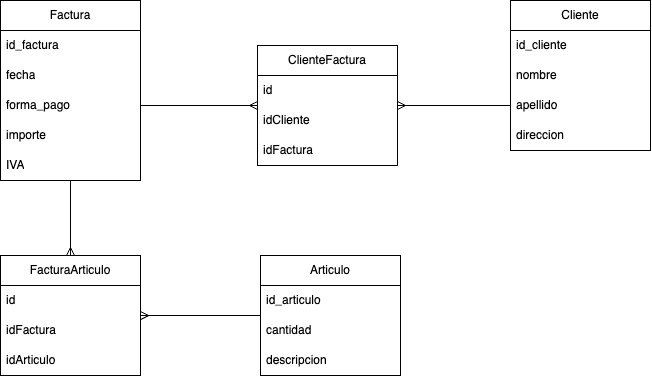
The draw.io diagram 6. Bases de datos/07-sistemaFacturacion.png in arijalkemy/java-w26, before a commit. Source tidied: cells renumbered, new cells last; positions are measured from the earlier drawing's top-left corner, leaving out a move shared by most shapes. Its diagram source:
```xml
<mxGraphModel>
  <root>
    <mxCell id="0" />
    <mxCell id="1" parent="0" />
    <mxCell id="2" value="Cliente" style="swimlane;fontStyle=0;horizontal=1;startSize=30;whiteSpace=wrap;html=1;" parent="1" vertex="1">
      <mxGeometry x="510" width="140" height="150" as="geometry" />
    </mxCell>
    <mxCell id="3" value="id_cliente" style="text;strokeColor=none;fillColor=none;align=left;verticalAlign=middle;spacingLeft=4;spacingRight=4;overflow=hidden;whiteSpace=wrap;html=1;" parent="2" vertex="1">
      <mxGeometry y="30" width="140" height="30" as="geometry" />
    </mxCell>
    <mxCell id="4" value="nombre" style="text;strokeColor=none;fillColor=none;align=left;verticalAlign=middle;spacingLeft=4;spacingRight=4;overflow=hidden;whiteSpace=wrap;html=1;" parent="2" vertex="1">
      <mxGeometry y="60" width="140" height="30" as="geometry" />
    </mxCell>
    <mxCell id="5" value="apellido" style="text;strokeColor=none;fillColor=none;align=left;verticalAlign=middle;spacingLeft=4;spacingRight=4;overflow=hidden;points=[[0,0.5],[1,0.5]];portConstraint=eastwest;whiteSpace=wrap;html=1;" parent="2" vertex="1">
      <mxGeometry y="90" width="140" height="30" as="geometry" />
    </mxCell>
    <mxCell id="6" value="direccion" style="text;strokeColor=none;fillColor=none;align=left;verticalAlign=middle;spacingLeft=4;spacingRight=4;overflow=hidden;whiteSpace=wrap;html=1;" parent="2" vertex="1">
      <mxGeometry y="120" width="140" height="30" as="geometry" />
    </mxCell>
    <mxCell id="7" value="Factura" style="swimlane;fontStyle=0;horizontal=1;startSize=30;whiteSpace=wrap;html=1;" parent="1" vertex="1">
      <mxGeometry width="140" height="180" as="geometry" />
    </mxCell>
    <mxCell id="8" value="id_factura" style="text;strokeColor=none;fillColor=none;align=left;verticalAlign=middle;spacingLeft=4;spacingRight=4;overflow=hidden;whiteSpace=wrap;html=1;" parent="7" vertex="1">
      <mxGeometry y="30" width="140" height="30" as="geometry" />
    </mxCell>
    <mxCell id="9" value="fecha" style="text;strokeColor=none;fillColor=none;align=left;verticalAlign=middle;spacingLeft=4;spacingRight=4;overflow=hidden;whiteSpace=wrap;html=1;" parent="7" vertex="1">
      <mxGeometry y="60" width="140" height="30" as="geometry" />
    </mxCell>
    <mxCell id="10" value="forma_pago" style="text;strokeColor=none;fillColor=none;align=left;verticalAlign=middle;spacingLeft=4;spacingRight=4;overflow=hidden;points=[[0,0.5],[1,0.5]];portConstraint=eastwest;whiteSpace=wrap;html=1;" parent="7" vertex="1">
      <mxGeometry y="90" width="140" height="30" as="geometry" />
    </mxCell>
    <mxCell id="11" value="importe" style="text;strokeColor=none;fillColor=none;align=left;verticalAlign=middle;spacingLeft=4;spacingRight=4;overflow=hidden;whiteSpace=wrap;html=1;" parent="7" vertex="1">
      <mxGeometry y="120" width="140" height="30" as="geometry" />
    </mxCell>
    <mxCell id="12" value="IVA" style="text;strokeColor=none;fillColor=none;align=left;verticalAlign=middle;spacingLeft=4;spacingRight=4;overflow=hidden;whiteSpace=wrap;html=1;" parent="7" vertex="1">
      <mxGeometry y="150" width="140" height="30" as="geometry" />
    </mxCell>
    <mxCell id="13" value="Articulo" style="swimlane;fontStyle=0;horizontal=1;startSize=30;whiteSpace=wrap;html=1;" parent="1" vertex="1">
      <mxGeometry x="260" y="255" width="140" height="120" as="geometry" />
    </mxCell>
    <mxCell id="14" value="id_articulo" style="text;strokeColor=none;fillColor=none;align=left;verticalAlign=middle;spacingLeft=4;spacingRight=4;overflow=hidden;points=[[0,0.5],[1,0.5]];portConstraint=eastwest;whiteSpace=wrap;html=1;" parent="13" vertex="1">
      <mxGeometry y="30" width="140" height="30" as="geometry" />
    </mxCell>
    <mxCell id="15" value="cantidad" style="text;strokeColor=none;fillColor=none;align=left;verticalAlign=middle;spacingLeft=4;spacingRight=4;overflow=hidden;whiteSpace=wrap;html=1;" parent="13" vertex="1">
      <mxGeometry y="60" width="140" height="30" as="geometry" />
    </mxCell>
    <mxCell id="16" value="descripcion" style="text;strokeColor=none;fillColor=none;align=left;verticalAlign=middle;spacingLeft=4;spacingRight=4;overflow=hidden;whiteSpace=wrap;html=1;" parent="13" vertex="1">
      <mxGeometry y="90" width="140" height="30" as="geometry" />
    </mxCell>
    <mxCell id="17" style="edgeStyle=orthogonalEdgeStyle;rounded=0;jettySize=auto;html=1;entryX=0.5;entryY=1;entryDx=0;entryDy=0;endArrow=none;endFill=0;startArrow=ERmany;startFill=0;" parent="1" edge="1" source="19" target="7">
      <mxGeometry relative="1" as="geometry" />
    </mxCell>
    <mxCell id="18" style="edgeStyle=orthogonalEdgeStyle;rounded=0;jettySize=auto;html=1;endArrow=none;endFill=0;startArrow=ERmany;startFill=0;" parent="1" edge="1" source="19">
      <mxGeometry relative="1" as="geometry">
        <mxPoint x="260" y="315" as="targetPoint" />
      </mxGeometry>
    </mxCell>
    <mxCell id="19" value="FacturaArticulo" style="swimlane;fontStyle=0;horizontal=1;startSize=30;whiteSpace=wrap;html=1;" parent="1" vertex="1">
      <mxGeometry y="255" width="140" height="120" as="geometry" />
    </mxCell>
    <mxCell id="20" value="id" style="text;strokeColor=none;fillColor=none;align=left;verticalAlign=middle;spacingLeft=4;spacingRight=4;overflow=hidden;whiteSpace=wrap;html=1;" parent="19" vertex="1">
      <mxGeometry y="30" width="140" height="30" as="geometry" />
    </mxCell>
    <mxCell id="21" value="idFactura" style="text;strokeColor=none;fillColor=none;align=left;verticalAlign=middle;spacingLeft=4;spacingRight=4;overflow=hidden;whiteSpace=wrap;html=1;" parent="19" vertex="1">
      <mxGeometry y="60" width="140" height="30" as="geometry" />
    </mxCell>
    <mxCell id="22" value="idArticulo" style="text;strokeColor=none;fillColor=none;align=left;verticalAlign=middle;spacingLeft=4;spacingRight=4;overflow=hidden;whiteSpace=wrap;html=1;" parent="19" vertex="1">
      <mxGeometry y="90" width="140" height="30" as="geometry" />
    </mxCell>
    <mxCell id="23" style="edgeStyle=orthogonalEdgeStyle;rounded=0;jettySize=auto;html=1;entryX=1;entryY=0.5;entryDx=0;entryDy=0;endArrow=none;endFill=0;startArrow=ERmany;startFill=0;" parent="1" edge="1" source="25" target="10">
      <mxGeometry relative="1" as="geometry" />
    </mxCell>
    <mxCell id="24" style="edgeStyle=orthogonalEdgeStyle;rounded=0;jettySize=auto;html=1;entryX=0;entryY=0.5;entryDx=0;entryDy=0;endArrow=none;endFill=0;startArrow=ERmany;startFill=0;" parent="1" edge="1" source="25" target="5">
      <mxGeometry relative="1" as="geometry" />
    </mxCell>
    <mxCell id="25" value="ClienteFactura" style="swimlane;fontStyle=0;horizontal=1;startSize=30;whiteSpace=wrap;html=1;" parent="1" vertex="1">
      <mxGeometry x="257" y="45" width="140" height="120" as="geometry" />
    </mxCell>
    <mxCell id="26" value="id" style="text;strokeColor=none;fillColor=none;align=left;verticalAlign=middle;spacingLeft=4;spacingRight=4;overflow=hidden;whiteSpace=wrap;html=1;" parent="25" vertex="1">
      <mxGeometry y="30" width="140" height="30" as="geometry" />
    </mxCell>
    <mxCell id="27" value="idCliente" style="text;strokeColor=none;fillColor=none;align=left;verticalAlign=middle;spacingLeft=4;spacingRight=4;overflow=hidden;whiteSpace=wrap;html=1;" parent="25" vertex="1">
      <mxGeometry y="60" width="140" height="30" as="geometry" />
    </mxCell>
    <mxCell id="28" value="idFactura" style="text;strokeColor=none;fillColor=none;align=left;verticalAlign=middle;spacingLeft=4;spacingRight=4;overflow=hidden;whiteSpace=wrap;html=1;" parent="25" vertex="1">
      <mxGeometry y="90" width="140" height="30" as="geometry" />
    </mxCell>
  </root>
</mxGraphModel>
```
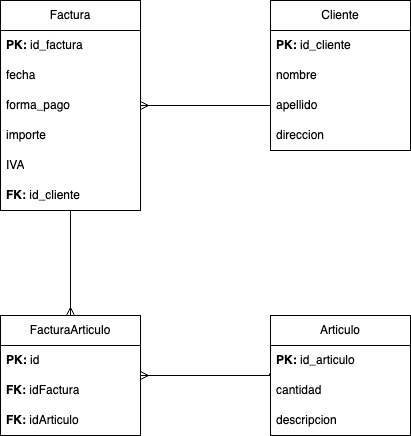
Above is the later version.

Commit message:
bd - modif diagrama

Diff of the diagram source:
```diff
@@ -3,9 +3,9 @@
     <mxCell id="0" />
     <mxCell id="1" parent="0" />
     <mxCell id="2" value="Cliente" style="swimlane;fontStyle=0;horizontal=1;startSize=30;whiteSpace=wrap;html=1;" parent="1" vertex="1">
-      <mxGeometry x="510" width="140" height="150" as="geometry" />
+      <mxGeometry x="270" width="140" height="150" as="geometry" />
     </mxCell>
-    <mxCell id="3" value="id_cliente" style="text;strokeColor=none;fillColor=none;align=left;verticalAlign=middle;spacingLeft=4;spacingRight=4;overflow=hidden;whiteSpace=wrap;html=1;" parent="2" vertex="1">
+    <mxCell id="3" value="&lt;b&gt;PK:&amp;nbsp;&lt;/b&gt;id_cliente" style="text;strokeColor=none;fillColor=none;align=left;verticalAlign=middle;spacingLeft=4;spacingRight=4;overflow=hidden;whiteSpace=wrap;html=1;" parent="2" vertex="1">
       <mxGeometry y="30" width="140" height="30" as="geometry" />
     </mxCell>
     <mxCell id="4" value="nombre" style="text;strokeColor=none;fillColor=none;align=left;verticalAlign=middle;spacingLeft=4;spacingRight=4;overflow=hidden;whiteSpace=wrap;html=1;" parent="2" vertex="1">
@@ -18,9 +18,9 @@
       <mxGeometry y="120" width="140" height="30" as="geometry" />
     </mxCell>
     <mxCell id="7" value="Factura" style="swimlane;fontStyle=0;horizontal=1;startSize=30;whiteSpace=wrap;html=1;" parent="1" vertex="1">
-      <mxGeometry width="140" height="180" as="geometry" />
+      <mxGeometry width="140" height="210" as="geometry" />
     </mxCell>
-    <mxCell id="8" value="id_factura" style="text;strokeColor=none;fillColor=none;align=left;verticalAlign=middle;spacingLeft=4;spacingRight=4;overflow=hidden;whiteSpace=wrap;html=1;" parent="7" vertex="1">
+    <mxCell id="8" value="&lt;b&gt;PK:&amp;nbsp;&lt;/b&gt;id_factura" style="text;strokeColor=none;fillColor=none;align=left;verticalAlign=middle;spacingLeft=4;spacingRight=4;overflow=hidden;whiteSpace=wrap;html=1;" parent="7" vertex="1">
       <mxGeometry y="30" width="140" height="30" as="geometry" />
     </mxCell>
     <mxCell id="9" value="fecha" style="text;strokeColor=none;fillColor=none;align=left;verticalAlign=middle;spacingLeft=4;spacingRight=4;overflow=hidden;whiteSpace=wrap;html=1;" parent="7" vertex="1">
@@ -35,10 +35,13 @@
     <mxCell id="12" value="IVA" style="text;strokeColor=none;fillColor=none;align=left;verticalAlign=middle;spacingLeft=4;spacingRight=4;overflow=hidden;whiteSpace=wrap;html=1;" parent="7" vertex="1">
       <mxGeometry y="150" width="140" height="30" as="geometry" />
     </mxCell>
+    <mxCell id="29" value="&lt;b&gt;FK:&amp;nbsp;&lt;/b&gt;id_cliente" style="text;strokeColor=none;fillColor=none;align=left;verticalAlign=middle;spacingLeft=4;spacingRight=4;overflow=hidden;whiteSpace=wrap;html=1;" parent="7" vertex="1">
+      <mxGeometry y="180" width="140" height="30" as="geometry" />
+    </mxCell>
     <mxCell id="13" value="Articulo" style="swimlane;fontStyle=0;horizontal=1;startSize=30;whiteSpace=wrap;html=1;" parent="1" vertex="1">
-      <mxGeometry x="260" y="255" width="140" height="120" as="geometry" />
+      <mxGeometry x="270" y="315" width="140" height="120" as="geometry" />
     </mxCell>
-    <mxCell id="14" value="id_articulo" style="text;strokeColor=none;fillColor=none;align=left;verticalAlign=middle;spacingLeft=4;spacingRight=4;overflow=hidden;points=[[0,0.5],[1,0.5]];portConstraint=eastwest;whiteSpace=wrap;html=1;" parent="13" vertex="1">
+    <mxCell id="14" value="&lt;b&gt;PK:&amp;nbsp;&lt;/b&gt;id_articulo" style="text;strokeColor=none;fillColor=none;align=left;verticalAlign=middle;spacingLeft=4;spacingRight=4;overflow=hidden;points=[[0,0.5],[1,0.5]];portConstraint=eastwest;whiteSpace=wrap;html=1;" parent="13" vertex="1">
       <mxGeometry y="30" width="140" height="30" as="geometry" />
     </mxCell>
     <mxCell id="15" value="cantidad" style="text;strokeColor=none;fillColor=none;align=left;verticalAlign=middle;spacingLeft=4;spacingRight=4;overflow=hidden;whiteSpace=wrap;html=1;" parent="13" vertex="1">
@@ -50,40 +53,27 @@
     <mxCell id="17" style="edgeStyle=orthogonalEdgeStyle;rounded=0;jettySize=auto;html=1;entryX=0.5;entryY=1;entryDx=0;entryDy=0;endArrow=none;endFill=0;startArrow=ERmany;startFill=0;" parent="1" edge="1" source="19" target="7">
       <mxGeometry relative="1" as="geometry" />
     </mxCell>
-    <mxCell id="18" style="edgeStyle=orthogonalEdgeStyle;rounded=0;jettySize=auto;html=1;endArrow=none;endFill=0;startArrow=ERmany;startFill=0;" parent="1" edge="1" source="19">
+    <mxCell id="18" style="edgeStyle=orthogonalEdgeStyle;rounded=0;jettySize=auto;html=1;endArrow=none;endFill=0;startArrow=ERmany;startFill=0;entryX=-0.007;entryY=0.933;entryDx=0;entryDy=0;entryPerimeter=0;" parent="1" edge="1" source="19" target="14">
       <mxGeometry relative="1" as="geometry">
-        <mxPoint x="260" y="315" as="targetPoint" />
+        <Array as="points">
+          <mxPoint x="269" y="375" />
+        </Array>
       </mxGeometry>
     </mxCell>
     <mxCell id="19" value="FacturaArticulo" style="swimlane;fontStyle=0;horizontal=1;startSize=30;whiteSpace=wrap;html=1;" parent="1" vertex="1">
-      <mxGeometry y="255" width="140" height="120" as="geometry" />
+      <mxGeometry y="315" width="140" height="120" as="geometry" />
     </mxCell>
-    <mxCell id="20" value="id" style="text;strokeColor=none;fillColor=none;align=left;verticalAlign=middle;spacingLeft=4;spacingRight=4;overflow=hidden;whiteSpace=wrap;html=1;" parent="19" vertex="1">
+    <mxCell id="20" value="&lt;b&gt;PK:&lt;/b&gt; id" style="text;strokeColor=none;fillColor=none;align=left;verticalAlign=middle;spacingLeft=4;spacingRight=4;overflow=hidden;whiteSpace=wrap;html=1;" parent="19" vertex="1">
       <mxGeometry y="30" width="140" height="30" as="geometry" />
     </mxCell>
-    <mxCell id="21" value="idFactura" style="text;strokeColor=none;fillColor=none;align=left;verticalAlign=middle;spacingLeft=4;spacingRight=4;overflow=hidden;whiteSpace=wrap;html=1;" parent="19" vertex="1">
+    <mxCell id="21" value="&lt;b&gt;FK:&lt;/b&gt; idFactura" style="text;strokeColor=none;fillColor=none;align=left;verticalAlign=middle;spacingLeft=4;spacingRight=4;overflow=hidden;whiteSpace=wrap;html=1;" parent="19" vertex="1">
       <mxGeometry y="60" width="140" height="30" as="geometry" />
     </mxCell>
-    <mxCell id="22" value="idArticulo" style="text;strokeColor=none;fillColor=none;align=left;verticalAlign=middle;spacingLeft=4;spacingRight=4;overflow=hidden;whiteSpace=wrap;html=1;" parent="19" vertex="1">
+    <mxCell id="22" value="&lt;b&gt;FK:&lt;/b&gt; idArticulo" style="text;strokeColor=none;fillColor=none;align=left;verticalAlign=middle;spacingLeft=4;spacingRight=4;overflow=hidden;whiteSpace=wrap;html=1;" parent="19" vertex="1">
       <mxGeometry y="90" width="140" height="30" as="geometry" />
     </mxCell>
-    <mxCell id="23" style="edgeStyle=orthogonalEdgeStyle;rounded=0;jettySize=auto;html=1;entryX=1;entryY=0.5;entryDx=0;entryDy=0;endArrow=none;endFill=0;startArrow=ERmany;startFill=0;" parent="1" edge="1" source="25" target="10">
-      <mxGeometry relative="1" as="geometry" />
-    </mxCell>
-    <mxCell id="24" style="edgeStyle=orthogonalEdgeStyle;rounded=0;jettySize=auto;html=1;entryX=0;entryY=0.5;entryDx=0;entryDy=0;endArrow=none;endFill=0;startArrow=ERmany;startFill=0;" parent="1" edge="1" source="25" target="5">
+    <mxCell id="24" style="edgeStyle=orthogonalEdgeStyle;rounded=0;jettySize=auto;html=1;entryX=0;entryY=0.5;entryDx=0;entryDy=0;endArrow=none;endFill=0;startArrow=ERmany;startFill=0;exitX=1;exitY=0.5;exitDx=0;exitDy=0;" parent="1" edge="1" source="10" target="5">
       <mxGeometry relative="1" as="geometry" />
     </mxCell>
-    <mxCell id="25" value="ClienteFactura" style="swimlane;fontStyle=0;horizontal=1;startSize=30;whiteSpace=wrap;html=1;" parent="1" vertex="1">
-      <mxGeometry x="257" y="45" width="140" height="120" as="geometry" />
-    </mxCell>
-    <mxCell id="26" value="id" style="text;strokeColor=none;fillColor=none;align=left;verticalAlign=middle;spacingLeft=4;spacingRight=4;overflow=hidden;whiteSpace=wrap;html=1;" parent="25" vertex="1">
-      <mxGeometry y="30" width="140" height="30" as="geometry" />
-    </mxCell>
-    <mxCell id="27" value="idCliente" style="text;strokeColor=none;fillColor=none;align=left;verticalAlign=middle;spacingLeft=4;spacingRight=4;overflow=hidden;whiteSpace=wrap;html=1;" parent="25" vertex="1">
-      <mxGeometry y="60" width="140" height="30" as="geometry" />
-    </mxCell>
-    <mxCell id="28" value="idFactura" style="text;strokeColor=none;fillColor=none;align=left;verticalAlign=middle;spacingLeft=4;spacingRight=4;overflow=hidden;whiteSpace=wrap;html=1;" parent="25" vertex="1">
-      <mxGeometry y="90" width="140" height="30" as="geometry" />
-    </mxCell>
   </root>
 </mxGraphModel>
```
